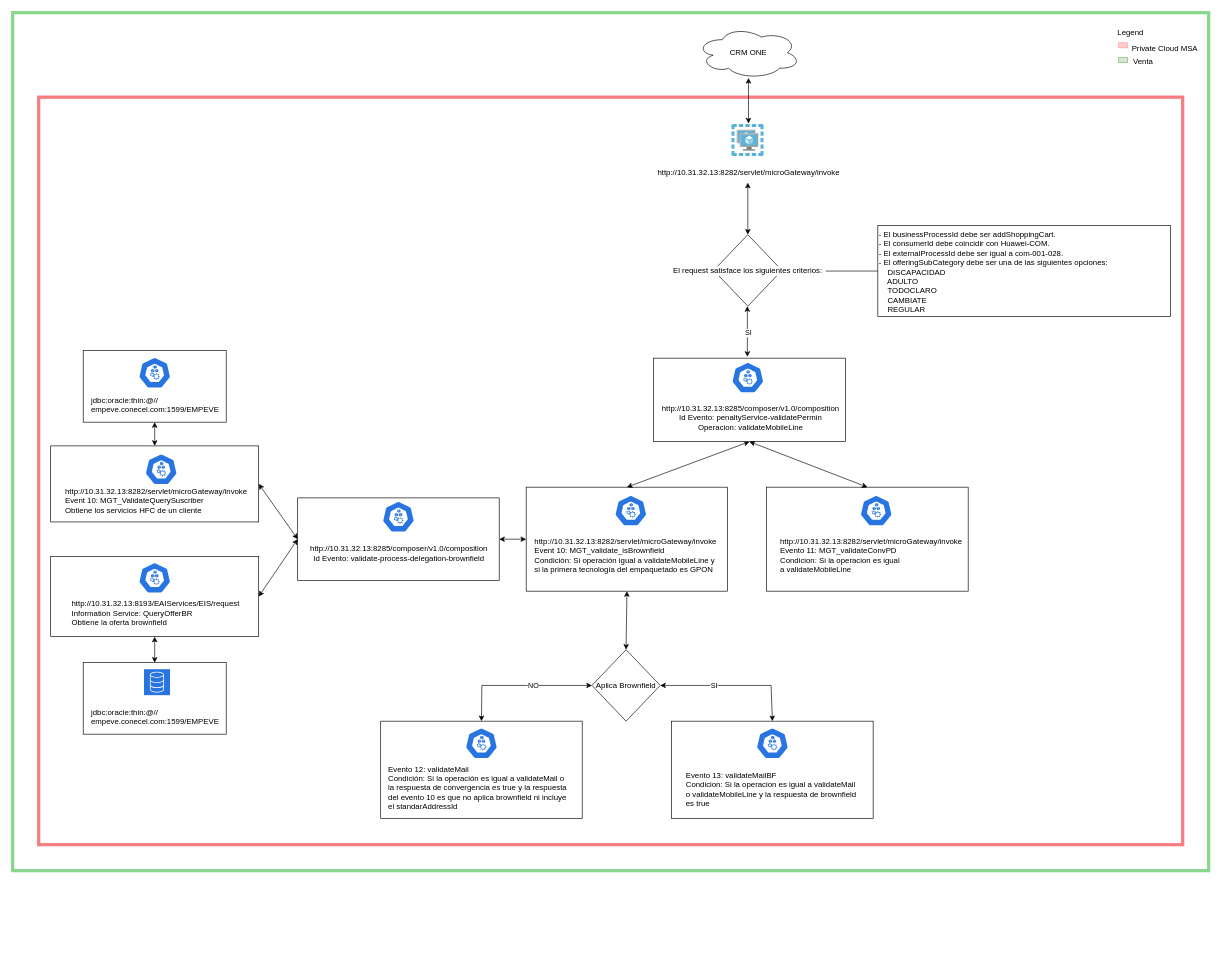
Before: page "DS1 - PSVP - getCustomerPromotions" (5 of 7) of brownfield.drawio in efrxngg/claro-configs, a draw.io diagram. Source tidied: cells renumbered, new cells numbered last; positions are measured from the earlier drawing's top-left corner, leaving out a move shared by most shapes. Both pictures are drawn from the tidied source at 65%, with x=0, y=0 at pixel (12, 12).
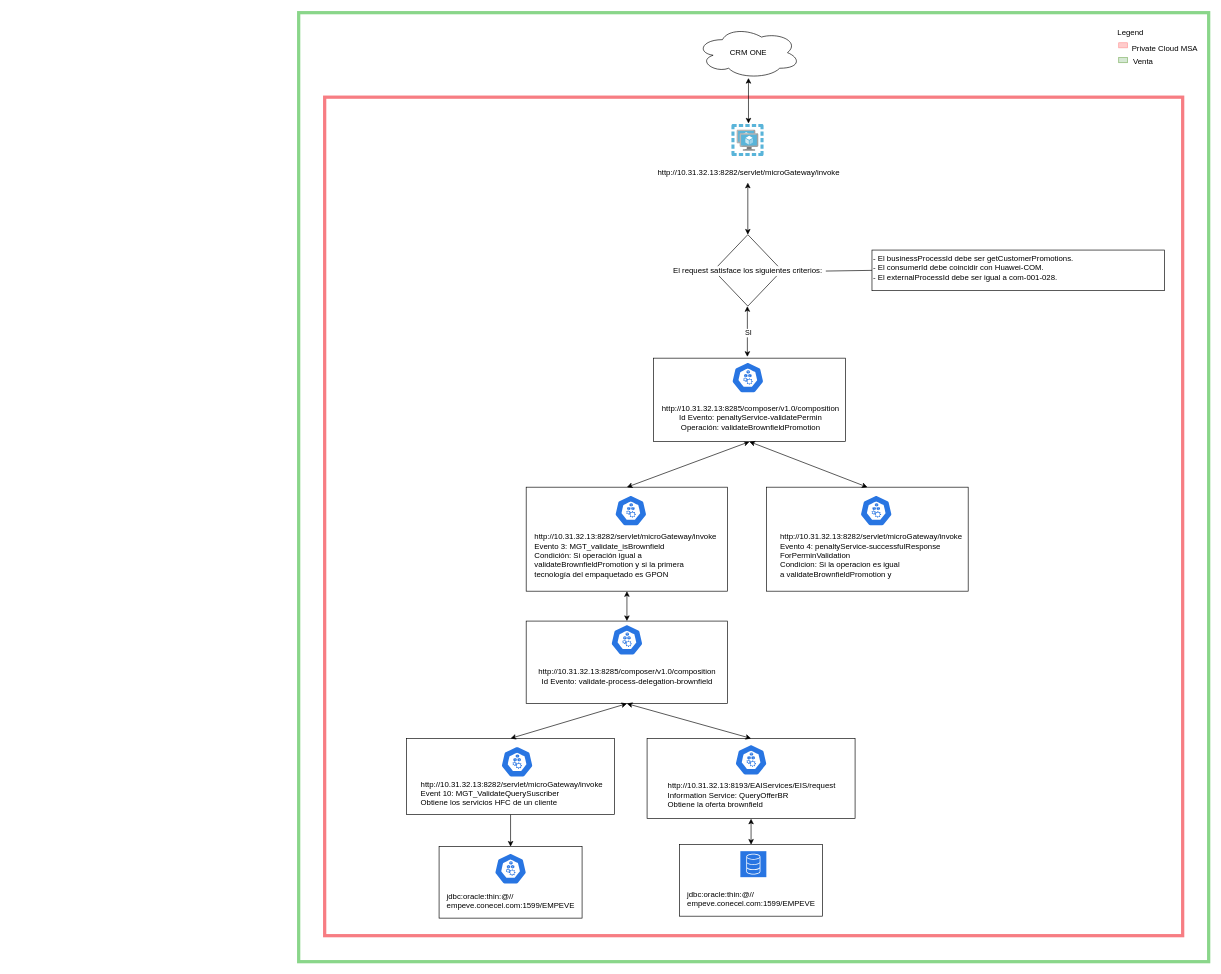
The same diagram, later.

Unchanged cells that the change refers to:
```xml
<mxCell id="6" style="whiteSpace=wrap;html=1;" parent="1" vertex="1">
  <mxGeometry x="790" y="730" width="310" height="160" as="geometry" />
</mxCell>
```

Change to the diagram source:
```diff
@@
     <mxCell id="2" style="whiteSpace=wrap;html=1;fillColor=default;strokeWidth=5;strokeColor=#8ad68a;" parent="1" vertex="1">
-      <mxGeometry width="1840" height="1320" as="geometry" />
+      <mxGeometry x="440" width="1400" height="1460" as="geometry" />
     </mxCell>
     <mxCell id="3" style="whiteSpace=wrap;html=1;fillColor=default;strokeColor=#f77d83;strokeWidth=5;" parent="1" vertex="1">
-      <mxGeometry x="40" y="130" width="1760" height="1150" as="geometry" />
+      <mxGeometry x="480" y="130" width="1320" height="1290" as="geometry" />
     </mxCell>
@@
     <mxCell id="5" style="whiteSpace=wrap;html=1;" parent="1" vertex="1">
-      <mxGeometry x="108.5" y="1000" width="220" height="110" as="geometry" />
+      <mxGeometry x="1026" y="1280" width="220" height="110" as="geometry" />
     </mxCell>
@@
     <mxCell id="7" style="whiteSpace=wrap;html=1;" parent="1" vertex="1">
-      <mxGeometry x="438.5" y="746.5" width="310" height="127" as="geometry" />
+      <mxGeometry x="790" y="936" width="310" height="127" as="geometry" />
     </mxCell>
     <mxCell id="8" style="whiteSpace=wrap;html=1;" parent="1" vertex="1">
-      <mxGeometry x="58.5" y="836.5" width="320" height="123.5" as="geometry" />
+      <mxGeometry x="976" y="1116.5" width="320" height="123.5" as="geometry" />
     </mxCell>
+    <mxCell id="44" style="edgeStyle=orthogonalEdgeStyle;rounded=0;jettySize=auto;html=1;entryX=0.5;entryY=0;entryDx=0;entryDy=0;" parent="1" edge="1" source="9" target="42">
+      <mxGeometry relative="1" as="geometry" />
+    </mxCell>
     <mxCell id="9" style="whiteSpace=wrap;html=1;" parent="1" vertex="1">
-      <mxGeometry x="58.5" y="666.5" width="320" height="117" as="geometry" />
+      <mxGeometry x="606" y="1116.5" width="320" height="117" as="geometry" />
     </mxCell>
@@
-    <mxCell id="13" value="- El businessProcessId debe ser addShoppingCart.&#10;- El consumerId debe coincidir con Huawei-COM.&#10;- El externalProcessId debe ser igual a com-001-028.&#10;- El offeringSubCategory debe ser una de las siguientes opciones:&#10;    DISCAPACIDAD&#10;    ADULTO&#10;    TODOCLARO&#10;    CAMBIATE&#10;    REGULAR" style="text;whiteSpace=wrap;strokeColor=default;fillColor=default;" parent="1" vertex="1">
-      <mxGeometry x="1331" y="327.5" width="450" height="140" as="geometry" />
+    <mxCell id="13" value="- El businessProcessId debe ser getCustomerPromotions.&#10;- El consumerId debe coincidir con Huawei-COM.&#10;- El externalProcessId debe ser igual a com-001-028." style="text;whiteSpace=wrap;strokeColor=default;fillColor=default;" parent="1" vertex="1">
+      <mxGeometry x="1322" y="365.2" width="450" height="62.5" as="geometry" />
     </mxCell>
-    <mxCell id="14" value="Aplica Brownfield" style="rhombus;align=center;" parent="1" vertex="1">
-      <mxGeometry x="891.2" y="980" width="105" height="110" as="geometry" />
-    </mxCell>
@@
-    <mxCell id="20" style="endArrow=classic;startArrow=classic;html=1;rounded=0;exitX=0.5;exitY=0;exitDx=0;exitDy=0;entryX=0.5;entryY=1;entryDx=0;entryDy=0;" parent="1" edge="1" source="14" target="6">
-      <mxGeometry relative="1" as="geometry" />
-    </mxCell>
-    <mxCell id="21" style="endArrow=classic;startArrow=classic;html=1;rounded=0;entryX=0;entryY=0.5;entryDx=0;entryDy=0;exitX=0.5;exitY=0;exitDx=0;exitDy=0;" parent="1" edge="1" source="47" target="14">
-      <mxGeometry relative="1" as="geometry">
-        <Array as="points">
-          <mxPoint x="721.8" y="1035" />
-        </Array>
-      </mxGeometry>
-    </mxCell>
-    <mxCell id="22" value="NO" style="edgeLabel;html=1;align=center;verticalAlign=middle;" parent="21" vertex="1">
-      <mxGeometry x="0.19" y="1" relative="1" as="geometry" />
-    </mxCell>
-    <mxCell id="23" style="endArrow=classic;startArrow=classic;html=1;rounded=0;entryX=1;entryY=0.5;entryDx=0;entryDy=0;exitX=0.5;exitY=0;exitDx=0;exitDy=0;" parent="1" edge="1" source="51" target="14">
-      <mxGeometry relative="1" as="geometry">
-        <Array as="points">
-          <mxPoint x="1166.8" y="1035" />
-        </Array>
-      </mxGeometry>
-    </mxCell>
-    <mxCell id="24" value="SI" style="edgeLabel;html=1;align=center;verticalAlign=middle;" parent="23" vertex="1">
-      <mxGeometry x="0.28" y="-1" relative="1" as="geometry">
-        <mxPoint x="1" as="offset" />
-      </mxGeometry>
-    </mxCell>
@@
-    <mxCell id="27" value="http://10.31.32.13:8282/servlet/microGateway/invoke&lt;br&gt;Event 10: MGT_validate_isBrownfield&lt;br style=&quot;border-color: var(--border-color);&quot;&gt;&lt;span style=&quot;border-color: var(--border-color);&quot;&gt;Condición: Si operación igual a&amp;nbsp;&lt;/span&gt;&lt;span style=&quot;border-color: var(--border-color);&quot;&gt;validateMobileLine y&amp;nbsp; &lt;br&gt;si la primera&amp;nbsp;&lt;/span&gt;&lt;span style=&quot;border-color: var(--border-color);&quot;&gt;tecnología del empaquetado es GPON&lt;/span&gt;" style="text;html=1;align=left;verticalAlign=middle;strokeColor=none;fillColor=none;" parent="1" vertex="1">
-      <mxGeometry x="801" y="800" width="300" height="70" as="geometry" />
+    <mxCell id="27" value="http://10.31.32.13:8282/servlet/microGateway/invoke&lt;br&gt;Evento 3: MGT_validate_isBrownfield&lt;br style=&quot;border-color: var(--border-color);&quot;&gt;&lt;span style=&quot;border-color: var(--border-color);&quot;&gt;Condición: Si operación igual a&amp;nbsp;&lt;br&gt;&lt;/span&gt;&lt;span style=&quot;border-color: var(--border-color);&quot;&gt;validateBrownfieldPromotion&amp;nbsp;y&amp;nbsp;si la primera&lt;br&gt;&lt;/span&gt;&lt;span style=&quot;border-color: var(--border-color);&quot;&gt;tecnología del empaquetado es GPON&lt;/span&gt;" style="text;html=1;align=left;verticalAlign=middle;strokeColor=none;fillColor=none;" parent="1" vertex="1">
+      <mxGeometry x="801" y="790" width="300" height="90" as="geometry" />
     </mxCell>
     <mxCell id="28" value="http://10.31.32.13:8285/composer/v1.0/composition&lt;br&gt;Id Evento:&amp;nbsp;validate-process-delegation-brownfield" style="text;html=1;align=center;verticalAlign=middle;strokeColor=none;fillColor=none;" parent="1" vertex="1">
-      <mxGeometry x="443.5" y="811.5" width="300" height="40" as="geometry" />
+      <mxGeometry x="795" y="1001" width="300" height="40" as="geometry" />
     </mxCell>
     <mxCell id="29" style="sketch=0;html=1;dashed=0;whitespace=wrap;fillColor=#2875E2;strokeColor=#ffffff;shape=mxgraph.kubernetes.icon2;prIcon=node;" parent="1" vertex="1">
-      <mxGeometry x="568.5" y="751.5" width="50" height="48" as="geometry" />
+      <mxGeometry x="920" y="941" width="50" height="48" as="geometry" />
     </mxCell>
@@
-    <mxCell id="31" value="http://10.31.32.13:8282/servlet/microGateway/invoke&lt;br&gt;Evento 11: MGT_validateConvPD&lt;br style=&quot;border-color: var(--border-color);&quot;&gt;Condicion: Si la operacion es igual&lt;br style=&quot;border-color: var(--border-color);&quot;&gt;a&amp;nbsp;validateMobileLine" style="text;html=1;align=left;verticalAlign=middle;strokeColor=none;fillColor=none;" parent="1" vertex="1">
-      <mxGeometry x="1178.5" y="800" width="300" height="70" as="geometry" />
+    <mxCell id="31" value="http://10.31.32.13:8282/servlet/microGateway/invoke&lt;br&gt;Evento 4:&amp;nbsp;penaltyService-successfulResponse&lt;br&gt;ForPerminValidation&lt;br style=&quot;border-color: var(--border-color);&quot;&gt;Condicion: Si la operacion es igual&lt;br style=&quot;border-color: var(--border-color);&quot;&gt;a&amp;nbsp;validateBrownfieldPromotion y" style="text;html=1;align=left;verticalAlign=middle;strokeColor=none;fillColor=none;" parent="1" vertex="1">
+      <mxGeometry x="1178.5" y="790" width="300" height="90" as="geometry" />
     </mxCell>
     <mxCell id="32" style="sketch=0;html=1;dashed=0;whitespace=wrap;fillColor=#2875E2;strokeColor=#ffffff;shape=mxgraph.kubernetes.icon2;prIcon=node;" parent="1" vertex="1">
-      <mxGeometry x="203.5" y="678.5" width="50" height="48" as="geometry" />
+      <mxGeometry x="751" y="1128.5" width="50" height="48" as="geometry" />
     </mxCell>
     <mxCell id="33" value="http://10.31.32.13:8282/servlet/microGateway/invoke&lt;br&gt;Event 10:&amp;nbsp;MGT_ValidateQuerySuscriber&lt;br&gt;Obtiene los servicios HFC de un cliente" style="text;html=1;align=left;verticalAlign=middle;strokeColor=none;fillColor=none;" parent="1" vertex="1">
-      <mxGeometry x="78.5" y="720.5" width="300" height="60" as="geometry" />
+      <mxGeometry x="626" y="1170.5" width="300" height="60" as="geometry" />
     </mxCell>
     <mxCell id="34" style="sketch=0;html=1;dashed=0;whitespace=wrap;fillColor=#2875E2;strokeColor=#ffffff;shape=mxgraph.kubernetes.icon2;prIcon=node;" parent="1" vertex="1">
-      <mxGeometry x="193.5" y="845.5" width="50" height="48" as="geometry" />
+      <mxGeometry x="1111" y="1125.5" width="50" height="48" as="geometry" />
     </mxCell>
     <mxCell id="35" value="http://10.31.32.13:8193/EAIServices/EIS/request&lt;br&gt;Information Service:&amp;nbsp;QueryOfferBR&lt;br&gt;Obtiene la oferta brownfield" style="text;html=1;align=left;verticalAlign=middle;strokeColor=none;fillColor=none;" parent="1" vertex="1">
-      <mxGeometry x="88.5" y="893.5" width="280" height="60" as="geometry" />
+      <mxGeometry x="1006" y="1173.5" width="280" height="60" as="geometry" />
     </mxCell>
-    <mxCell id="36" style="endArrow=classic;startArrow=classic;html=1;rounded=0;exitX=1;exitY=0.5;exitDx=0;exitDy=0;entryX=0;entryY=0.5;entryDx=0;entryDy=0;" parent="1" edge="1" source="9" target="7">
+    <mxCell id="36" style="endArrow=classic;startArrow=classic;html=1;rounded=0;exitX=0.5;exitY=0;exitDx=0;exitDy=0;entryX=0.5;entryY=1;entryDx=0;entryDy=0;" parent="1" edge="1" source="9" target="7">
       <mxGeometry relative="1" as="geometry" />
     </mxCell>
-    <mxCell id="37" style="endArrow=classic;startArrow=classic;html=1;rounded=0;exitX=1;exitY=0.5;exitDx=0;exitDy=0;entryX=0;entryY=0.5;entryDx=0;entryDy=0;" parent="1" edge="1" source="8" target="7">
+    <mxCell id="37" style="endArrow=classic;startArrow=classic;html=1;rounded=0;exitX=0.5;exitY=0;exitDx=0;exitDy=0;entryX=0.5;entryY=1;entryDx=0;entryDy=0;" parent="1" edge="1" source="8" target="7">
       <mxGeometry relative="1" as="geometry" />
     </mxCell>
-    <mxCell id="38" style="endArrow=classic;startArrow=classic;html=1;rounded=0;entryX=0;entryY=0.5;entryDx=0;entryDy=0;exitX=1;exitY=0.5;exitDx=0;exitDy=0;" parent="1" edge="1" source="7" target="6">
+    <mxCell id="38" style="endArrow=classic;startArrow=classic;html=1;rounded=0;entryX=0.5;entryY=1;entryDx=0;entryDy=0;exitX=0.5;exitY=0;exitDx=0;exitDy=0;" parent="1" edge="1" source="7" target="6">
       <mxGeometry relative="1" as="geometry" />
     </mxCell>
     <mxCell id="39" style="sketch=0;fontColor=#232F3E;fillColor=#2875e2;strokeColor=#ffffff;dashed=0;verticalLabelPosition=bottom;verticalAlign=top;align=center;html=1;fontSize=12;fontStyle=0;shape=mxgraph.aws4.resourceIcon;resIcon=mxgraph.aws4.database;" parent="1" vertex="1">
-      <mxGeometry x="202" y="1010" width="40" height="40" as="geometry" />
+      <mxGeometry x="1119.5" y="1290" width="40" height="40" as="geometry" />
     </mxCell>
     <mxCell id="40" value="&lt;span style=&quot;border-color: var(--border-color); color: rgb(0, 0, 0); font-family: Helvetica; font-size: 12px; font-style: normal; font-variant-ligatures: normal; font-variant-caps: normal; font-weight: 400; letter-spacing: normal; orphans: 2; text-align: left; text-indent: 0px; text-transform: none; widows: 2; word-spacing: 0px; -webkit-text-stroke-width: 0px; text-decoration-thickness: initial; text-decoration-style: initial; text-decoration-color: initial; background-color: rgb(255, 255, 255); float: none; display: inline !important;&quot;&gt;jdbc:oracle:thin:@//&lt;/span&gt;&lt;br style=&quot;border-color: var(--border-color); color: rgb(0, 0, 0); font-family: Helvetica; font-size: 12px; font-style: normal; font-variant-ligatures: normal; font-variant-caps: normal; font-weight: 400; letter-spacing: normal; orphans: 2; text-align: left; text-indent: 0px; text-transform: none; widows: 2; word-spacing: 0px; -webkit-text-stroke-width: 0px; text-decoration-thickness: initial; text-decoration-style: initial; text-decoration-color: initial; background-color: rgb(255, 255, 255); padding: 0px; margin: 0px;&quot;&gt;&lt;span style=&quot;border-color: var(--border-color); color: rgb(0, 0, 0); font-family: Helvetica; font-size: 12px; font-style: normal; font-variant-ligatures: normal; font-variant-caps: normal; font-weight: 400; letter-spacing: normal; orphans: 2; text-align: left; text-indent: 0px; text-transform: none; widows: 2; word-spacing: 0px; -webkit-text-stroke-width: 0px; text-decoration-thickness: initial; text-decoration-style: initial; text-decoration-color: initial; background-color: rgb(255, 255, 255);&quot;&gt;empeve.conecel.com:1599/&lt;span style=&quot;border-color: var(--border-color); background-color: initial;&quot;&gt;EMPEVE&lt;/span&gt;&lt;/span&gt;" style="text;whiteSpace=wrap;html=1;" parent="1" vertex="1">
-      <mxGeometry x="118.5" y="1063" width="230" height="50" as="geometry" />
+      <mxGeometry x="1036" y="1343" width="230" height="50" as="geometry" />
     </mxCell>
@@
     <mxCell id="42" style="whiteSpace=wrap;html=1;" parent="1" vertex="1">
-      <mxGeometry x="108.5" y="520" width="220" height="110" as="geometry" />
+      <mxGeometry x="656" y="1283" width="220" height="110" as="geometry" />
     </mxCell>
     <mxCell id="43" value="&lt;span style=&quot;border-color: var(--border-color); color: rgb(0, 0, 0); font-family: Helvetica; font-size: 12px; font-style: normal; font-variant-ligatures: normal; font-variant-caps: normal; font-weight: 400; letter-spacing: normal; orphans: 2; text-align: left; text-indent: 0px; text-transform: none; widows: 2; word-spacing: 0px; -webkit-text-stroke-width: 0px; text-decoration-thickness: initial; text-decoration-style: initial; text-decoration-color: initial; background-color: rgb(255, 255, 255); float: none; display: inline !important;&quot;&gt;jdbc:oracle:thin:@//&lt;/span&gt;&lt;br style=&quot;border-color: var(--border-color); color: rgb(0, 0, 0); font-family: Helvetica; font-size: 12px; font-style: normal; font-variant-ligatures: normal; font-variant-caps: normal; font-weight: 400; letter-spacing: normal; orphans: 2; text-align: left; text-indent: 0px; text-transform: none; widows: 2; word-spacing: 0px; -webkit-text-stroke-width: 0px; text-decoration-thickness: initial; text-decoration-style: initial; text-decoration-color: initial; background-color: rgb(255, 255, 255); padding: 0px; margin: 0px;&quot;&gt;&lt;span style=&quot;border-color: var(--border-color); color: rgb(0, 0, 0); font-family: Helvetica; font-size: 12px; font-style: normal; font-variant-ligatures: normal; font-variant-caps: normal; font-weight: 400; letter-spacing: normal; orphans: 2; text-align: left; text-indent: 0px; text-transform: none; widows: 2; word-spacing: 0px; -webkit-text-stroke-width: 0px; text-decoration-thickness: initial; text-decoration-style: initial; text-decoration-color: initial; background-color: rgb(255, 255, 255);&quot;&gt;empeve.conecel.com:1599/&lt;span style=&quot;border-color: var(--border-color); background-color: initial;&quot;&gt;EMPEVE&lt;/span&gt;&lt;/span&gt;" style="text;whiteSpace=wrap;html=1;" parent="1" vertex="1">
-      <mxGeometry x="118.5" y="583" width="230" height="40" as="geometry" />
+      <mxGeometry x="666" y="1346" width="230" height="40" as="geometry" />
     </mxCell>
-    <mxCell id="44" style="endArrow=classic;startArrow=classic;html=1;rounded=0;exitX=0.5;exitY=0;exitDx=0;exitDy=0;entryX=0.5;entryY=1;entryDx=0;entryDy=0;" parent="1" edge="1" source="9" target="42">
-      <mxGeometry relative="1" as="geometry" />
-    </mxCell>
     <mxCell id="45" style="sketch=0;html=1;dashed=0;whitespace=wrap;fillColor=#2875E2;strokeColor=#ffffff;shape=mxgraph.kubernetes.icon2;prIcon=node;" parent="1" vertex="1">
-      <mxGeometry x="193.5" y="530" width="50" height="48" as="geometry" />
+      <mxGeometry x="741" y="1293" width="50" height="48" as="geometry" />
     </mxCell>
-    <mxCell id="46" style="group;" parent="1" vertex="1">
-      <mxGeometry x="566.2" y="1090" width="310" height="150" as="geometry" />
-    </mxCell>
-    <mxCell id="47" style="whiteSpace=wrap;html=1;" parent="46" vertex="1">
-      <mxGeometry width="310" height="150" as="geometry" />
-    </mxCell>
-    <mxCell id="48" value="Evento 12: validateMail&lt;br&gt;Condición: Si la operación es igual a validateMail o&amp;nbsp;&lt;br&gt;la respuesta de convergencia es true y la respuesta&lt;br&gt;del evento 10 es que no aplica brownfield ni incluye&lt;br&gt;el standarAddressId" style="text;html=1;align=left;verticalAlign=middle;strokeColor=none;fillColor=none;" parent="46" vertex="1">
-      <mxGeometry x="10" y="58" width="300" height="90" as="geometry" />
-    </mxCell>
-    <mxCell id="49" style="sketch=0;html=1;dashed=0;whitespace=wrap;fillColor=#2875E2;strokeColor=#ffffff;shape=mxgraph.kubernetes.icon2;prIcon=node;" parent="46" vertex="1">
-      <mxGeometry x="130" y="10" width="50" height="48" as="geometry" />
-    </mxCell>
-    <mxCell id="50" style="group;" parent="1" vertex="1">
-      <mxGeometry x="1013.8" y="1090" width="310" height="150" as="geometry" />
-    </mxCell>
-    <mxCell id="51" style="whiteSpace=wrap;html=1;" parent="50" vertex="1">
-      <mxGeometry width="310" height="150" as="geometry" />
-    </mxCell>
-    <mxCell id="52" style="sketch=0;html=1;dashed=0;whitespace=wrap;fillColor=#2875E2;strokeColor=#ffffff;shape=mxgraph.kubernetes.icon2;prIcon=node;" parent="50" vertex="1">
-      <mxGeometry x="130" y="10" width="50" height="48" as="geometry" />
-    </mxCell>
-    <mxCell id="53" value="&lt;span style=&quot;color: rgb(0, 0, 0); font-family: Helvetica; font-size: 12px; font-style: normal; font-variant-ligatures: normal; font-variant-caps: normal; font-weight: 400; letter-spacing: normal; orphans: 2; text-align: left; text-indent: 0px; text-transform: none; widows: 2; word-spacing: 0px; -webkit-text-stroke-width: 0px; background-color: rgb(255, 255, 255); text-decoration-thickness: initial; text-decoration-style: initial; text-decoration-color: initial; float: none; display: inline !important;&quot;&gt;Evento 13: validateMailBF&lt;/span&gt;&lt;br style=&quot;border-color: var(--border-color); color: rgb(0, 0, 0); font-family: Helvetica; font-size: 12px; font-style: normal; font-variant-ligatures: normal; font-variant-caps: normal; font-weight: 400; letter-spacing: normal; orphans: 2; text-align: left; text-indent: 0px; text-transform: none; widows: 2; word-spacing: 0px; -webkit-text-stroke-width: 0px; background-color: rgb(255, 255, 255); text-decoration-thickness: initial; text-decoration-style: initial; text-decoration-color: initial;&quot;&gt;&lt;span style=&quot;color: rgb(0, 0, 0); font-family: Helvetica; font-size: 12px; font-style: normal; font-variant-ligatures: normal; font-variant-caps: normal; font-weight: 400; letter-spacing: normal; orphans: 2; text-align: left; text-indent: 0px; text-transform: none; widows: 2; word-spacing: 0px; -webkit-text-stroke-width: 0px; background-color: rgb(255, 255, 255); text-decoration-thickness: initial; text-decoration-style: initial; text-decoration-color: initial; float: none; display: inline !important;&quot;&gt;Condicion: Si la operacion es igual a validateMail&lt;/span&gt;&lt;br style=&quot;border-color: var(--border-color); color: rgb(0, 0, 0); font-family: Helvetica; font-size: 12px; font-style: normal; font-variant-ligatures: normal; font-variant-caps: normal; font-weight: 400; letter-spacing: normal; orphans: 2; text-align: left; text-indent: 0px; text-transform: none; widows: 2; word-spacing: 0px; -webkit-text-stroke-width: 0px; background-color: rgb(255, 255, 255); text-decoration-thickness: initial; text-decoration-style: initial; text-decoration-color: initial;&quot;&gt;&lt;span style=&quot;color: rgb(0, 0, 0); font-family: Helvetica; font-size: 12px; font-style: normal; font-variant-ligatures: normal; font-variant-caps: normal; font-weight: 400; letter-spacing: normal; orphans: 2; text-align: left; text-indent: 0px; text-transform: none; widows: 2; word-spacing: 0px; -webkit-text-stroke-width: 0px; background-color: rgb(255, 255, 255); text-decoration-thickness: initial; text-decoration-style: initial; text-decoration-color: initial; float: none; display: inline !important;&quot;&gt;o&amp;nbsp;validateMobileLine y la respuesta de brownfield&lt;/span&gt;&lt;br style=&quot;border-color: var(--border-color); color: rgb(0, 0, 0); font-family: Helvetica; font-size: 12px; font-style: normal; font-variant-ligatures: normal; font-variant-caps: normal; font-weight: 400; letter-spacing: normal; orphans: 2; text-align: left; text-indent: 0px; text-transform: none; widows: 2; word-spacing: 0px; -webkit-text-stroke-width: 0px; background-color: rgb(255, 255, 255); text-decoration-thickness: initial; text-decoration-style: initial; text-decoration-color: initial;&quot;&gt;&lt;span style=&quot;color: rgb(0, 0, 0); font-family: Helvetica; font-size: 12px; font-style: normal; font-variant-ligatures: normal; font-variant-caps: normal; font-weight: 400; letter-spacing: normal; orphans: 2; text-align: left; text-indent: 0px; text-transform: none; widows: 2; word-spacing: 0px; -webkit-text-stroke-width: 0px; background-color: rgb(255, 255, 255); text-decoration-thickness: initial; text-decoration-style: initial; text-decoration-color: initial; float: none; display: inline !important;&quot;&gt;es true&lt;/span&gt;" style="text;whiteSpace=wrap;html=1;" parent="50" vertex="1">
-      <mxGeometry x="20" y="70" width="270" height="80" as="geometry" />
-    </mxCell>
@@
-    <mxCell id="56" value="http://10.31.32.13:8285/composer/v1.0/composition&lt;br&gt;Id Evento: penaltyService-validatePermin&lt;br&gt;Operacion:&amp;nbsp;validateMobileLine" style="text;html=1;align=center;verticalAlign=middle;strokeColor=none;fillColor=none;" parent="1" vertex="1">
+    <mxCell id="56" value="http://10.31.32.13:8285/composer/v1.0/composition&lt;br&gt;Id Evento: penaltyService-validatePermin&lt;br&gt;Operación:&amp;nbsp;validateBrownfieldPromotion" style="text;html=1;align=center;verticalAlign=middle;strokeColor=none;fillColor=none;" parent="1" vertex="1">
       <mxGeometry x="985" y="592.5" width="300" height="60" as="geometry" />
     </mxCell>
```
